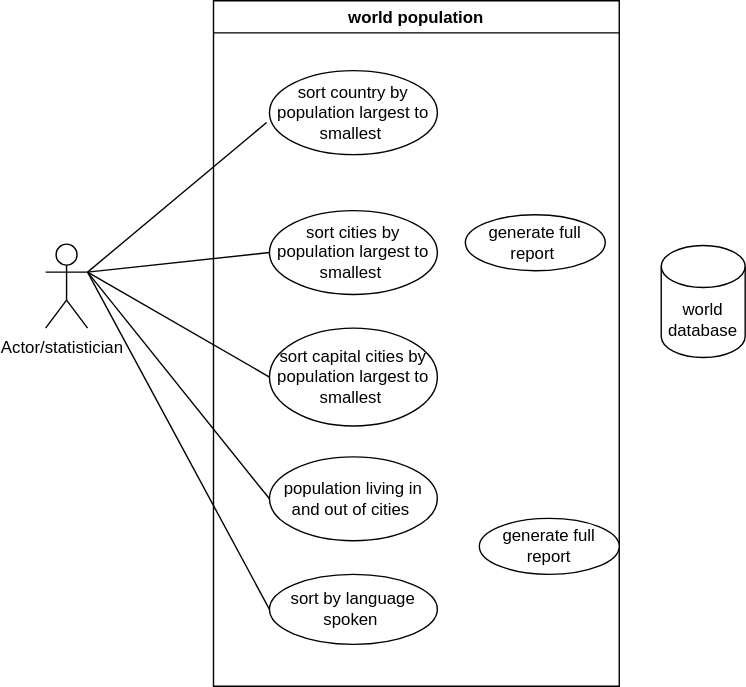
Before: use-cases/combined diagram.drawio.svg, a diagram exported from draw.io (RoryM18/sem_group20). Source tidied: cells renumbered, new cells last; positions are measured from the earlier drawing's top-left corner, leaving out a move shared by most shapes.
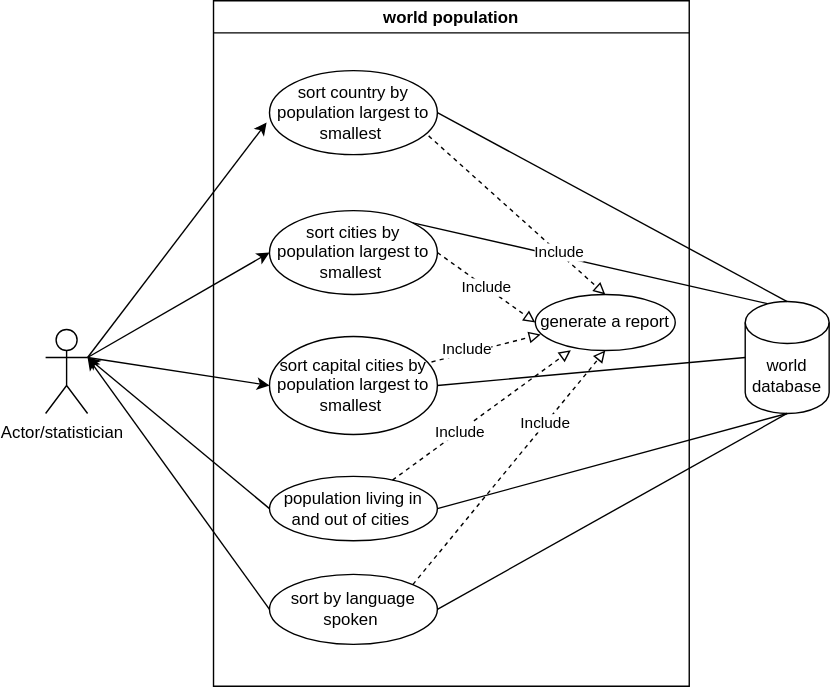
The same diagram one commit later.

Diff of the diagram source:
```diff
@@ -2,11 +2,14 @@
   <root>
     <mxCell id="0" />
     <mxCell id="1" parent="0" />
+    <mxCell id="17" style="endArrow=none;html=1;rounded=0;entryX=0.33;entryY=0.03;entryDx=0;entryDy=0;entryPerimeter=0;exitX=1;exitY=0;exitDx=0;exitDy=0;" parent="1" edge="1" source="6" target="11">
+      <mxGeometry relative="1" as="geometry" />
+    </mxCell>
     <mxCell id="2" value="Actor/statistician&amp;nbsp;&amp;nbsp;" style="shape=umlActor;verticalLabelPosition=bottom;verticalAlign=top;html=1;outlineConnect=0;" parent="1" vertex="1">
-      <mxGeometry y="174" width="30" height="60" as="geometry" />
+      <mxGeometry y="255" width="30" height="60" as="geometry" />
     </mxCell>
     <mxCell id="3" value="world population" style="swimlane;" parent="1" vertex="1">
-      <mxGeometry x="120" width="290" height="490" as="geometry" />
+      <mxGeometry x="120" y="20" width="340" height="490" as="geometry" />
     </mxCell>
     <mxCell id="4" value="sort by language spoken&amp;nbsp;" style="ellipse;whiteSpace=wrap;html=1;" parent="3" vertex="1">
       <mxGeometry x="40" y="410" width="120" height="50" as="geometry" />
@@ -18,34 +21,72 @@
       <mxGeometry x="40" y="150" width="120" height="60" as="geometry" />
     </mxCell>
     <mxCell id="7" value="sort capital cities by population largest to smallest&amp;nbsp;" style="ellipse;whiteSpace=wrap;html=1;" parent="3" vertex="1">
-      <mxGeometry x="40" y="234" width="120" height="70" as="geometry" />
+      <mxGeometry x="40" y="240" width="120" height="70" as="geometry" />
     </mxCell>
     <mxCell id="8" value="population living in and out of cities&amp;nbsp;" style="ellipse;whiteSpace=wrap;html=1;" parent="3" vertex="1">
-      <mxGeometry x="40" y="326" width="120" height="60" as="geometry" />
+      <mxGeometry x="40" y="340" width="120" height="46" as="geometry" />
     </mxCell>
-    <mxCell id="9" value="generate full report&amp;nbsp;" style="ellipse;whiteSpace=wrap;html=1;" parent="3" vertex="1">
-      <mxGeometry x="180" y="153" width="100" height="40" as="geometry" />
-    </mxCell>
-    <mxCell id="10" value="generate full report" style="ellipse;whiteSpace=wrap;html=1;" parent="3" vertex="1">
-      <mxGeometry x="190" y="370" width="100" height="40" as="geometry" />
+    <mxCell id="10" value="generate a report" style="ellipse;whiteSpace=wrap;html=1;" parent="3" vertex="1">
+      <mxGeometry x="230" y="210" width="100" height="40" as="geometry" />
     </mxCell>
+    <mxCell id="18" style="endArrow=block;dashed=1;html=1;rounded=0;entryX=0.5;entryY=0;entryDx=0;entryDy=0;endFill=0;exitX=0.948;exitY=0.777;exitDx=0;exitDy=0;exitPerimeter=0;" parent="3" edge="1" source="5" target="10">
+      <mxGeometry relative="1" as="geometry" />
+    </mxCell>
+    <mxCell id="19" value="&lt;span style=&quot;&quot;&gt;&lt;font color=&quot;#030303&quot;&gt;Include&lt;/font&gt;&lt;/span&gt;" style="edgeLabel;html=1;align=center;verticalAlign=middle;labelBackgroundColor=default;" parent="18" vertex="1">
+      <mxGeometry x="0.46" relative="1" as="geometry" />
+    </mxCell>
+    <mxCell id="20" value="&lt;span style=&quot;&quot;&gt;&lt;font&gt;&lt;span style=&quot;font-family: &amp;quot;helvetica&amp;quot; ; font-size: 11px ; font-style: normal ; font-weight: 400 ; letter-spacing: normal ; text-align: center ; text-indent: 0px ; text-transform: none ; word-spacing: 0px ; display: inline ; float: none&quot;&gt;Include&lt;/span&gt;&lt;/font&gt;&lt;/span&gt;" style="endArrow=block;dashed=1;html=1;rounded=0;entryX=0;entryY=0.5;entryDx=0;entryDy=0;exitX=1;exitY=0.5;exitDx=0;exitDy=0;endFill=0;labelBackgroundColor=default;fontColor=default;" parent="3" edge="1" source="6" target="10">
+      <mxGeometry relative="1" as="geometry" />
+    </mxCell>
+    <mxCell id="21" style="endArrow=block;dashed=1;html=1;rounded=0;entryX=0.038;entryY=0.715;entryDx=0;entryDy=0;exitX=0.965;exitY=0.26;exitDx=0;exitDy=0;exitPerimeter=0;endFill=0;entryPerimeter=0;" parent="3" edge="1" source="7" target="10">
+      <mxGeometry relative="1" as="geometry" />
+    </mxCell>
+    <mxCell id="22" value="&lt;span style=&quot;&quot;&gt;Include&lt;/span&gt;" style="edgeLabel;html=1;align=center;verticalAlign=middle;labelBackgroundColor=default;fontColor=default;" parent="21" vertex="1">
+      <mxGeometry x="-0.36" y="3" relative="1" as="geometry" />
+    </mxCell>
+    <mxCell id="23" style="endArrow=block;dashed=1;html=1;rounded=0;entryX=0.254;entryY=0.995;entryDx=0;entryDy=0;entryPerimeter=0;endFill=0;" parent="3" edge="1" source="8" target="10">
+      <mxGeometry relative="1" as="geometry" />
+    </mxCell>
+    <mxCell id="24" value="&lt;span style=&quot;&quot;&gt;Include&lt;/span&gt;" style="edgeLabel;html=1;align=center;verticalAlign=middle;labelBackgroundColor=default;fontColor=default;" parent="23" vertex="1">
+      <mxGeometry x="-0.25" relative="1" as="geometry">
+        <mxPoint x="-1" as="offset" />
+      </mxGeometry>
+    </mxCell>
+    <mxCell id="25" style="endArrow=block;dashed=1;html=1;rounded=0;exitX=1;exitY=0;exitDx=0;exitDy=0;entryX=0.5;entryY=1;entryDx=0;entryDy=0;endFill=0;" parent="3" edge="1" source="4" target="10">
+      <mxGeometry relative="1" as="geometry" />
+    </mxCell>
+    <mxCell id="26" value="&lt;span style=&quot;&quot;&gt;Include&lt;/span&gt;" style="edgeLabel;html=1;align=center;verticalAlign=middle;labelBackgroundColor=default;fontColor=default;" parent="25" vertex="1">
+      <mxGeometry x="0.37" y="1" relative="1" as="geometry" />
+    </mxCell>
     <mxCell id="11" value="world database" style="shape=cylinder3;whiteSpace=wrap;html=1;boundedLbl=1;backgroundOutline=1;size=15;" parent="1" vertex="1">
-      <mxGeometry x="440" y="175" width="60" height="80" as="geometry" />
+      <mxGeometry x="500" y="235" width="60" height="80" as="geometry" />
     </mxCell>
-    <mxCell id="12" style="endArrow=none;html=1;rounded=0;entryX=-0.017;entryY=0.617;entryDx=0;entryDy=0;entryPerimeter=0;exitX=1;exitY=0.3333333333333333;exitDx=0;exitDy=0;exitPerimeter=0;" parent="1" edge="1" source="2" target="5">
+    <mxCell id="12" style="endArrow=classic;html=1;rounded=0;entryX=-0.017;entryY=0.617;entryDx=0;entryDy=0;entryPerimeter=0;exitX=1;exitY=0.3333333333333333;exitDx=0;exitDy=0;exitPerimeter=0;endFill=1;" parent="1" edge="1" source="2" target="5">
       <mxGeometry relative="1" as="geometry" />
     </mxCell>
-    <mxCell id="13" style="endArrow=none;html=1;rounded=0;entryX=0;entryY=0.5;entryDx=0;entryDy=0;exitX=1;exitY=0.3333333333333333;exitDx=0;exitDy=0;exitPerimeter=0;" parent="1" edge="1" source="2" target="6">
+    <mxCell id="13" style="endArrow=classic;html=1;rounded=0;entryX=0;entryY=0.5;entryDx=0;entryDy=0;exitX=1;exitY=0.3333333333333333;exitDx=0;exitDy=0;exitPerimeter=0;endFill=1;" parent="1" edge="1" source="2" target="6">
       <mxGeometry relative="1" as="geometry" />
     </mxCell>
-    <mxCell id="14" style="endArrow=none;html=1;rounded=0;entryX=0;entryY=0.5;entryDx=0;entryDy=0;exitX=1;exitY=0.3333333333333333;exitDx=0;exitDy=0;exitPerimeter=0;" parent="1" edge="1" source="2" target="7">
+    <mxCell id="14" style="endArrow=classic;html=1;rounded=0;entryX=0;entryY=0.5;entryDx=0;entryDy=0;exitX=1;exitY=0.3333333333333333;exitDx=0;exitDy=0;exitPerimeter=0;endFill=1;" parent="1" edge="1" source="2" target="7">
       <mxGeometry relative="1" as="geometry" />
     </mxCell>
-    <mxCell id="15" style="endArrow=none;html=1;rounded=0;entryX=1;entryY=0.3333333333333333;entryDx=0;entryDy=0;entryPerimeter=0;exitX=0;exitY=0.5;exitDx=0;exitDy=0;" parent="1" edge="1" source="8" target="2">
+    <mxCell id="15" style="endArrow=classic;html=1;rounded=0;entryX=1;entryY=0.3333333333333333;entryDx=0;entryDy=0;entryPerimeter=0;exitX=0;exitY=0.5;exitDx=0;exitDy=0;endFill=1;" parent="1" edge="1" source="8" target="2">
       <mxGeometry relative="1" as="geometry" />
     </mxCell>
-    <mxCell id="16" style="endArrow=none;html=1;rounded=0;entryX=1;entryY=0.3333333333333333;entryDx=0;entryDy=0;entryPerimeter=0;exitX=0;exitY=0.5;exitDx=0;exitDy=0;" parent="1" edge="1" source="4" target="2">
+    <mxCell id="16" style="endArrow=classic;html=1;rounded=0;entryX=1;entryY=0.3333333333333333;entryDx=0;entryDy=0;entryPerimeter=0;exitX=0;exitY=0.5;exitDx=0;exitDy=0;endFill=1;" parent="1" edge="1" source="4" target="2">
       <mxGeometry relative="1" as="geometry" />
     </mxCell>
+    <mxCell id="27" style="endArrow=none;html=1;rounded=0;entryX=0.5;entryY=0;entryDx=0;entryDy=0;entryPerimeter=0;exitX=1;exitY=0.5;exitDx=0;exitDy=0;" parent="1" edge="1" source="5" target="11">
+      <mxGeometry relative="1" as="geometry" />
+    </mxCell>
+    <mxCell id="28" style="endArrow=none;html=1;rounded=0;entryX=0;entryY=0.5;entryDx=0;entryDy=0;entryPerimeter=0;exitX=1;exitY=0.5;exitDx=0;exitDy=0;" parent="1" edge="1" source="7" target="11">
+      <mxGeometry relative="1" as="geometry" />
+    </mxCell>
+    <mxCell id="29" style="endArrow=none;html=1;rounded=0;entryX=0.5;entryY=1;entryDx=0;entryDy=0;entryPerimeter=0;exitX=1;exitY=0.5;exitDx=0;exitDy=0;" parent="1" edge="1" source="8" target="11">
+      <mxGeometry relative="1" as="geometry" />
+    </mxCell>
+    <mxCell id="30" style="endArrow=none;html=1;rounded=0;entryX=0.5;entryY=1;entryDx=0;entryDy=0;entryPerimeter=0;exitX=1;exitY=0.5;exitDx=0;exitDy=0;" parent="1" edge="1" source="4" target="11">
+      <mxGeometry relative="1" as="geometry" />
+    </mxCell>
   </root>
 </mxGraphModel>
```
